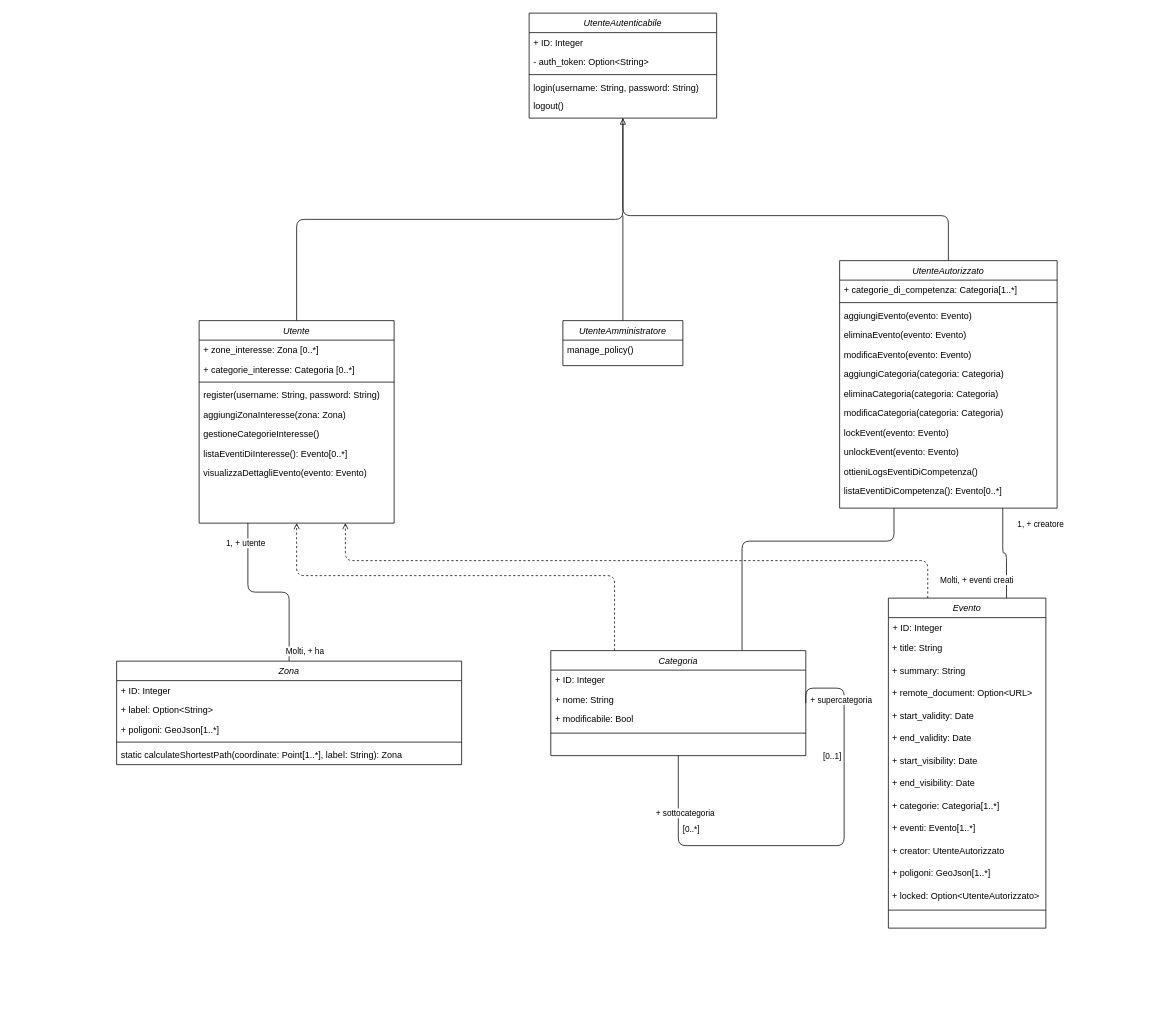
The draw.io diagram Deliverable-2/ClassDiagram_New.drawio in ELI20ZIVI/BeeLive, before the edit. Source tidied: cells renumbered, new cells numbered last; positions are measured from the earlier drawing's top-left corner, leaving out a move shared by most shapes. Both pictures are drawn from the tidied source at 75%, with x=0, y=0 at pixel (13, 13).
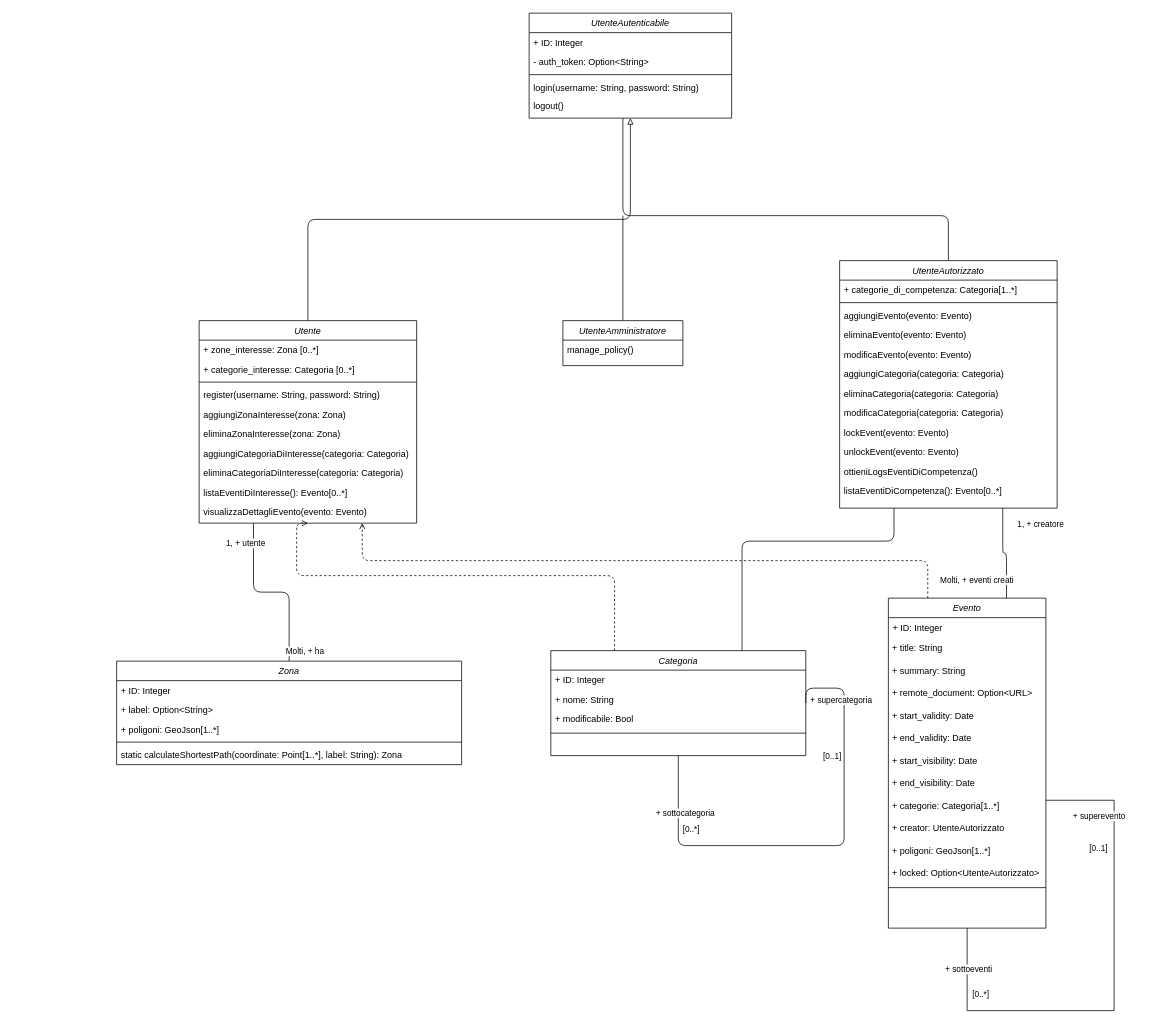
The same diagram, later.

Commit message:
class diagram update

The change refers to these unchanged cells:
```xml
<mxCell id="38" value="Evento" style="swimlane;fontStyle=2;align=center;verticalAlign=top;horizontal=1;startSize=26;rounded=0;shadow=0;strokeWidth=1;" parent="1" vertex="1">
  <mxGeometry x="1167" y="780" width="210" height="440" as="geometry" />
</mxCell>
<mxCell id="47" value="&amp;nbsp;+ categorie: Categoria[1..*]" style="text;html=1;align=left;verticalAlign=middle;whiteSpace=wrap;rounded=0;" parent="38" vertex="1">
  <mxGeometry y="262" width="210" height="30" as="geometry" />
</mxCell>
```

Diff of the diagram source:
```diff
@@
     <mxCell id="4" value="Utente" style="swimlane;fontStyle=2;align=center;verticalAlign=top;horizontal=1;startSize=26;rounded=0;shadow=0;strokeWidth=1;" parent="1" vertex="1">
-      <mxGeometry x="248" y="410" width="260" height="270" as="geometry" />
+      <mxGeometry x="248" y="410" width="290" height="270" as="geometry" />
     </mxCell>
     <mxCell id="5" value="+ zone_interesse: Zona [0..*]" style="text;align=left;verticalAlign=top;spacingLeft=4;spacingRight=4;overflow=hidden;" parent="4" vertex="1">
-      <mxGeometry y="26" width="260" height="26" as="geometry" />
+      <mxGeometry y="26" width="290" height="26" as="geometry" />
     </mxCell>
     <mxCell id="6" value="+ categorie_interesse: Categoria [0..*]" style="text;align=left;verticalAlign=top;spacingLeft=4;spacingRight=4;overflow=hidden;" parent="4" vertex="1">
-      <mxGeometry y="52" width="260" height="26" as="geometry" />
+      <mxGeometry y="52" width="290" height="26" as="geometry" />
     </mxCell>
     <mxCell id="7" style="line;html=1;strokeWidth=1;align=left;verticalAlign=middle;spacingTop=-1;spacingLeft=3;spacingRight=3;labelPosition=right;" parent="4" vertex="1">
-      <mxGeometry y="78" width="260" height="8" as="geometry" />
+      <mxGeometry y="78" width="290" height="8" as="geometry" />
     </mxCell>
     <mxCell id="8" value="register(username: String, password: String)" style="text;align=left;verticalAlign=top;spacingLeft=4;spacingRight=4;overflow=hidden;" parent="4" vertex="1">
-      <mxGeometry y="86" width="260" height="26" as="geometry" />
+      <mxGeometry y="86" width="290" height="26" as="geometry" />
     </mxCell>
     <mxCell id="9" value="aggiungiZonaInteresse(zona: Zona)" style="text;align=left;verticalAlign=top;spacingLeft=4;spacingRight=4;overflow=hidden;" parent="4" vertex="1">
-      <mxGeometry y="112" width="260" height="26" as="geometry" />
+      <mxGeometry y="112" width="290" height="26" as="geometry" />
     </mxCell>
+    <mxCell id="76" value="eliminaZonaInteresse(zona: Zona)" style="text;align=left;verticalAlign=top;spacingLeft=4;spacingRight=4;overflow=hidden;" parent="4" vertex="1">
+      <mxGeometry y="138" width="290" height="26" as="geometry" />
+    </mxCell>
-    <mxCell id="10" value="gestioneCategorieInteresse()" style="text;align=left;verticalAlign=top;spacingLeft=4;spacingRight=4;overflow=hidden;" parent="4" vertex="1">
-      <mxGeometry y="138" width="260" height="26" as="geometry" />
+    <mxCell id="10" value="aggiungiCategoriaDiInteresse(categoria: Categoria)" style="text;align=left;verticalAlign=top;spacingLeft=4;spacingRight=4;overflow=hidden;" parent="4" vertex="1">
+      <mxGeometry y="164" width="290" height="26" as="geometry" />
     </mxCell>
+    <mxCell id="77" value="eliminaCategoriaDiInteresse(categoria: Categoria)" style="text;align=left;verticalAlign=top;spacingLeft=4;spacingRight=4;overflow=hidden;" parent="4" vertex="1">
+      <mxGeometry y="190" width="290" height="26" as="geometry" />
+    </mxCell>
     <mxCell id="11" value="listaEventiDiInteresse(): Evento[0..*]" style="text;align=left;verticalAlign=top;spacingLeft=4;spacingRight=4;overflow=hidden;" parent="4" vertex="1">
-      <mxGeometry y="164" width="260" height="26" as="geometry" />
+      <mxGeometry y="216" width="290" height="26" as="geometry" />
     </mxCell>
     <mxCell id="12" value="visualizzaDettagliEvento(evento: Evento)" style="text;align=left;verticalAlign=top;spacingLeft=4;spacingRight=4;overflow=hidden;" parent="4" vertex="1">
-      <mxGeometry y="190" width="260" height="26" as="geometry" />
+      <mxGeometry y="242" width="290" height="26" as="geometry" />
     </mxCell>
@@
     <mxCell id="16" value="UtenteAutenticabile" style="swimlane;fontStyle=2;align=center;verticalAlign=top;horizontal=1;startSize=26;rounded=0;shadow=0;strokeWidth=1;" parent="1" vertex="1">
-      <mxGeometry x="688" width="250" height="140" as="geometry" />
+      <mxGeometry x="688" width="270" height="140" as="geometry" />
     </mxCell>
     <mxCell id="17" value="+ ID: Integer" style="text;align=left;verticalAlign=top;spacingLeft=4;spacingRight=4;overflow=hidden;" parent="16" vertex="1">
-      <mxGeometry y="26" width="250" height="26" as="geometry" />
+      <mxGeometry y="26" width="270" height="26" as="geometry" />
     </mxCell>
     <mxCell id="18" value="- auth_token: Option&lt;String&gt;" style="text;align=left;verticalAlign=top;spacingLeft=4;spacingRight=4;overflow=hidden;" parent="16" vertex="1">
-      <mxGeometry y="52" width="250" height="26" as="geometry" />
+      <mxGeometry y="52" width="270" height="26" as="geometry" />
     </mxCell>
     <mxCell id="19" style="line;html=1;strokeWidth=1;align=left;verticalAlign=middle;spacingTop=-1;spacingLeft=3;spacingRight=3;labelPosition=right;" parent="16" vertex="1">
-      <mxGeometry y="78" width="250" height="8" as="geometry" />
+      <mxGeometry y="78" width="270" height="8" as="geometry" />
     </mxCell>
     <mxCell id="20" value="login(username: String, password: String)" style="text;align=left;verticalAlign=top;spacingLeft=4;spacingRight=4;overflow=hidden;" parent="16" vertex="1">
-      <mxGeometry y="86" width="250" height="24" as="geometry" />
+      <mxGeometry y="86" width="270" height="24" as="geometry" />
     </mxCell>
     <mxCell id="21" value="logout()" style="text;align=left;verticalAlign=top;spacingLeft=4;spacingRight=4;overflow=hidden;" parent="16" vertex="1">
-      <mxGeometry y="110" width="250" height="30" as="geometry" />
+      <mxGeometry y="110" width="270" height="30" as="geometry" />
     </mxCell>
@@
-    <mxCell id="48" value="&amp;nbsp;+ eventi: Evento[1..*]" style="text;html=1;align=left;verticalAlign=middle;whiteSpace=wrap;rounded=0;" parent="38" vertex="1">
-      <mxGeometry y="292" width="210" height="30" as="geometry" />
-    </mxCell>
     <mxCell id="49" value="&lt;div&gt;&amp;nbsp;+ creator: UtenteAutorizzato&lt;/div&gt;" style="text;html=1;align=left;verticalAlign=middle;whiteSpace=wrap;rounded=0;" parent="38" vertex="1">
-      <mxGeometry y="322" width="210" height="30" as="geometry" />
+      <mxGeometry y="292" width="210" height="30" as="geometry" />
     </mxCell>
     <mxCell id="50" value="&amp;nbsp;+ poligoni: GeoJson[1..*]" style="text;html=1;align=left;verticalAlign=middle;whiteSpace=wrap;rounded=0;" parent="38" vertex="1">
-      <mxGeometry y="352" width="210" height="30" as="geometry" />
+      <mxGeometry y="322" width="210" height="30" as="geometry" />
     </mxCell>
     <mxCell id="51" value="&amp;nbsp;+ locked: Option&amp;lt;UtenteAutorizzato&amp;gt;" style="text;html=1;align=left;verticalAlign=middle;whiteSpace=wrap;rounded=0;" parent="38" vertex="1">
-      <mxGeometry y="382" width="210" height="30" as="geometry" />
+      <mxGeometry y="352" width="210" height="30" as="geometry" />
     </mxCell>
     <mxCell id="52" style="line;html=1;strokeWidth=1;align=left;verticalAlign=middle;spacingTop=-1;spacingLeft=3;spacingRight=3;labelPosition=right;" parent="38" vertex="1">
-      <mxGeometry y="412" width="210" height="8" as="geometry" />
+      <mxGeometry y="382" width="210" height="8" as="geometry" />
     </mxCell>
+    <mxCell id="78" style="edgeStyle=orthogonalEdgeStyle;rounded=0;jettySize=auto;html=1;exitX=0.5;exitY=1;exitDx=0;exitDy=0;entryX=1;entryY=0.25;entryDx=0;entryDy=0;endArrow=none;endFill=0;" parent="38" edge="1" source="38" target="47">
+      <mxGeometry relative="1" as="geometry">
+        <Array as="points">
+          <mxPoint x="105" y="550" />
+          <mxPoint x="301" y="550" />
+          <mxPoint x="301" y="270" />
+        </Array>
+      </mxGeometry>
+    </mxCell>
+    <mxCell id="79" value="+ superevento" style="edgeLabel;html=1;align=center;verticalAlign=middle;" parent="78" vertex="1">
+      <mxGeometry x="0.92" y="3" relative="1" as="geometry">
+        <mxPoint x="43" y="18" as="offset" />
+      </mxGeometry>
+    </mxCell>
+    <mxCell id="80" value="+ sottoeventi" style="edgeLabel;html=1;align=center;verticalAlign=middle;" parent="78" vertex="1">
+      <mxGeometry x="-0.84" y="1" relative="1" as="geometry" />
+    </mxCell>
@@
+    <mxCell id="81" value="&amp;nbsp;" style="text;whiteSpace=wrap;html=1;" parent="1" vertex="1">
+      <mxGeometry x="248" y="270" width="40" height="40" as="geometry" />
+    </mxCell>
+    <mxCell id="82" value="&amp;nbsp;" style="text;whiteSpace=wrap;html=1;" parent="1" vertex="1">
+      <mxGeometry x="1098" y="340" width="40" height="40" as="geometry" />
+    </mxCell>
+    <mxCell id="83" value="&amp;nbsp;" style="text;whiteSpace=wrap;html=1;" parent="1" vertex="1">
+      <mxGeometry x="1358" y="380" width="40" height="40" as="geometry" />
+    </mxCell>
+    <mxCell id="84" value="&amp;nbsp;" style="text;whiteSpace=wrap;html=1;" parent="1" vertex="1">
+      <mxGeometry x="548" y="590" width="40" height="40" as="geometry" />
+    </mxCell>
+    <mxCell id="85" value="&amp;nbsp;" style="text;whiteSpace=wrap;html=1;" parent="1" vertex="1">
+      <mxGeometry x="888" y="560" width="40" height="40" as="geometry" />
+    </mxCell>
+    <mxCell id="86" value="[0..1]" style="edgeLabel;html=1;align=center;verticalAlign=middle;" parent="1" vertex="1">
+      <mxGeometry x="1118" y="1030" as="geometry">
+        <mxPoint x="328" y="83" as="offset" />
+      </mxGeometry>
+    </mxCell>
+    <mxCell id="87" value="[0..*]" style="edgeLabel;html=1;align=center;verticalAlign=middle;" parent="1" vertex="1">
+      <mxGeometry x="1288" y="1250" as="geometry">
+        <mxPoint x="1" y="57" as="offset" />
+      </mxGeometry>
+    </mxCell>
```
